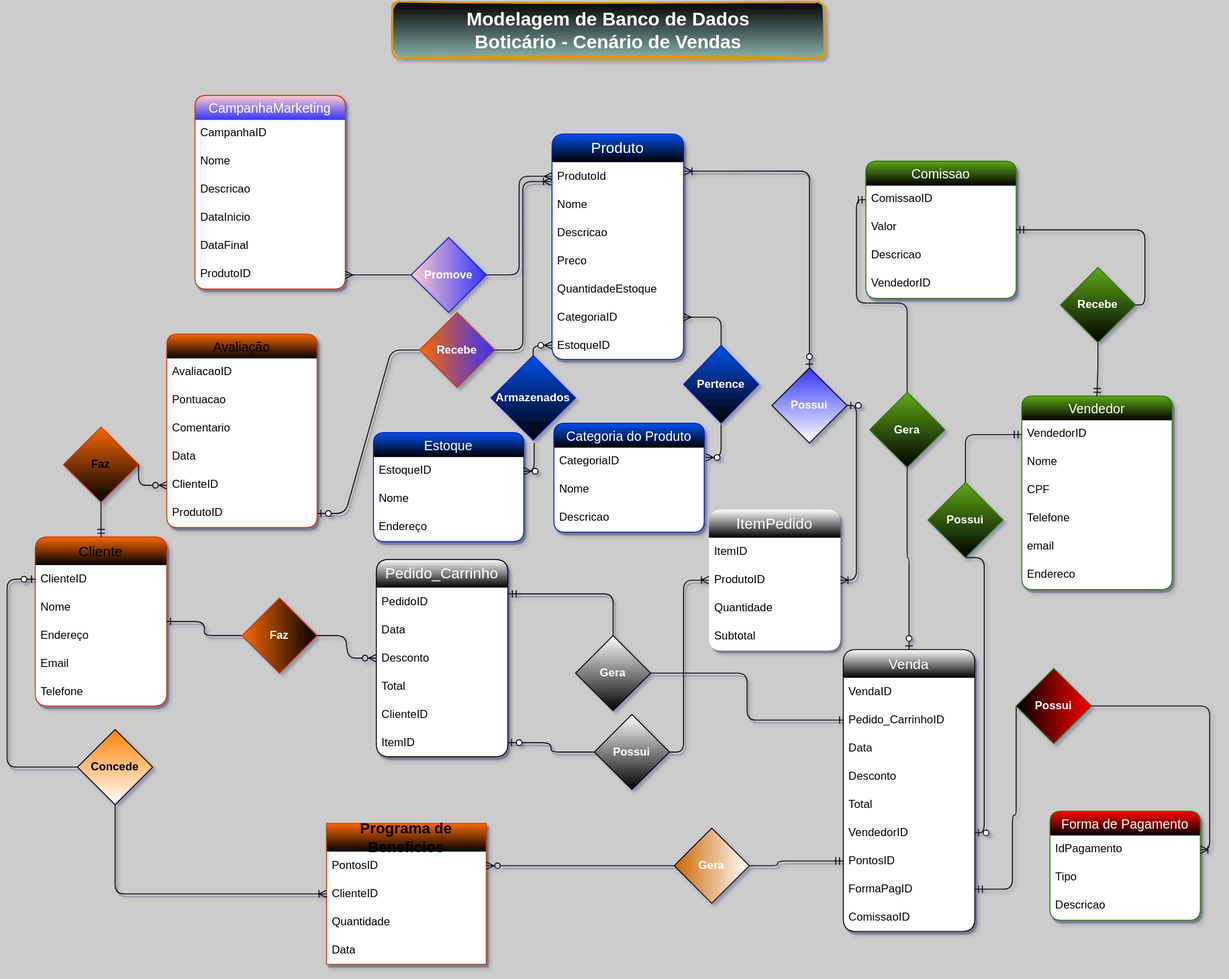
This is PrimeiroProjetoPratico_ModelagemBD/Boticario.drawio.svg from DanieleTravessa/BoticarioDesenvolve_Projetos, a draw.io export, as it was before one commit. Source tidied: cells renumbered, new cells last; positions are measured from the earlier drawing's top-left corner, leaving out a move shared by most shapes.
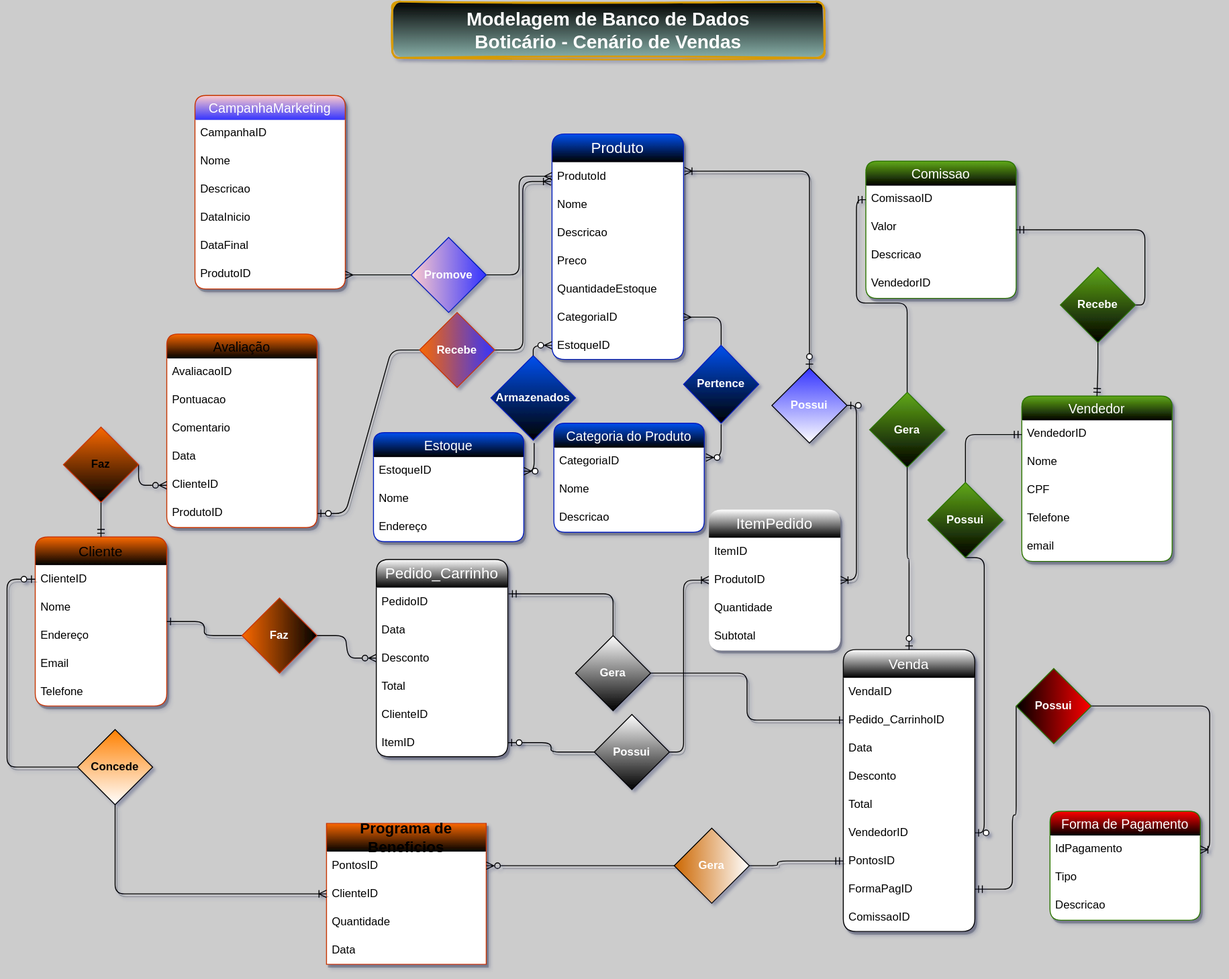
Later version of the same file.

What changed in the source:
```diff
@@ -129,7 +129,7 @@
       <mxGeometry y="180" width="140" height="30" as="geometry" />
     </mxCell>
     <mxCell id="42" value="Vendedor" style="swimlane;fontStyle=0;horizontal=1;startSize=26;align=center;fontSize=14;rounded=1;strokeColor=#2D7600;swimlaneLine=0;shadow=1;swimlaneFillColor=#FFFFFF;verticalAlign=middle;labelBackgroundColor=none;labelBorderColor=none;fillColor=#60a917;fontColor=#FFFFFF;gradientColor=default;" parent="1" vertex="1">
-      <mxGeometry x="1080" y="420" width="160" height="206" as="geometry" />
+      <mxGeometry x="1080" y="420" width="160" height="176" as="geometry" />
     </mxCell>
     <mxCell id="43" value="VendedorID" style="text;spacingLeft=4;spacingRight=4;overflow=hidden;points=[[0,0.5],[1,0.5]];portConstraint=eastwest;fontSize=12;rounded=1;strokeColor=none;fontColor=#000000;swimlaneLine=0;shadow=1;labelBackgroundColor=none;labelBorderColor=none;swimlaneFillColor=#FFFFFF;" parent="42" vertex="1">
       <mxGeometry y="26" width="160" height="30" as="geometry" />
@@ -146,9 +146,6 @@
     <mxCell id="47" value="email" style="text;spacingLeft=4;spacingRight=4;overflow=hidden;fontSize=12;rounded=1;strokeColor=none;fontColor=#000000;swimlaneLine=0;shadow=1;labelBackgroundColor=none;labelBorderColor=none;swimlaneFillColor=#FFFFFF;" parent="42" vertex="1">
       <mxGeometry y="146" width="160" height="30" as="geometry" />
     </mxCell>
-    <mxCell id="48" value="Endereco" style="text;spacingLeft=4;spacingRight=4;overflow=hidden;fontSize=12;rounded=1;strokeColor=none;fontColor=#000000;swimlaneLine=0;shadow=1;labelBackgroundColor=none;labelBorderColor=none;swimlaneFillColor=#FFFFFF;" parent="42" vertex="1">
-      <mxGeometry y="176" width="160" height="30" as="geometry" />
-    </mxCell>
     <mxCell id="49" style="edgeStyle=orthogonalEdgeStyle;fontSize=11;html=1;endArrow=ERoneToMany;startArrow=none;fontFamily=Helvetica;fontColor=#000000;align=center;strokeColor=#000000;swimlaneLine=0;shadow=1;rounded=1;exitX=0.5;exitY=1;exitDx=0;exitDy=0;entryX=0;entryY=0.5;entryDx=0;entryDy=0;" parent="1" edge="1" source="62" target="5">
       <mxGeometry relative="1" as="geometry">
         <Array as="points">
```
